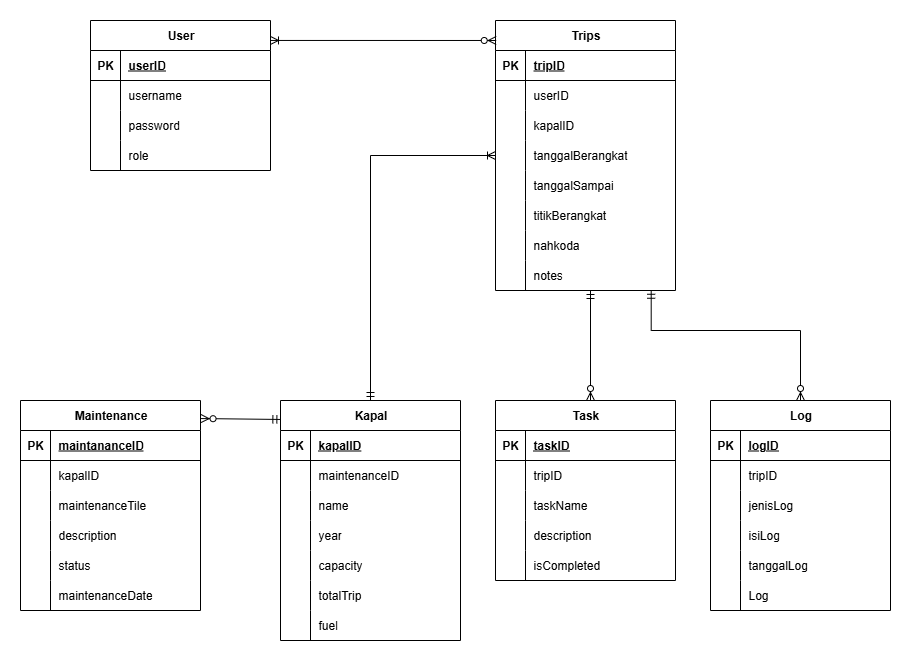
Before: images/ERD.png, a diagram exported from draw.io (wrdsnf/SeaNote). Source tidied: cells renumbered, new cells last; positions are measured from the earlier drawing's top-left corner, leaving out a move shared by most shapes.
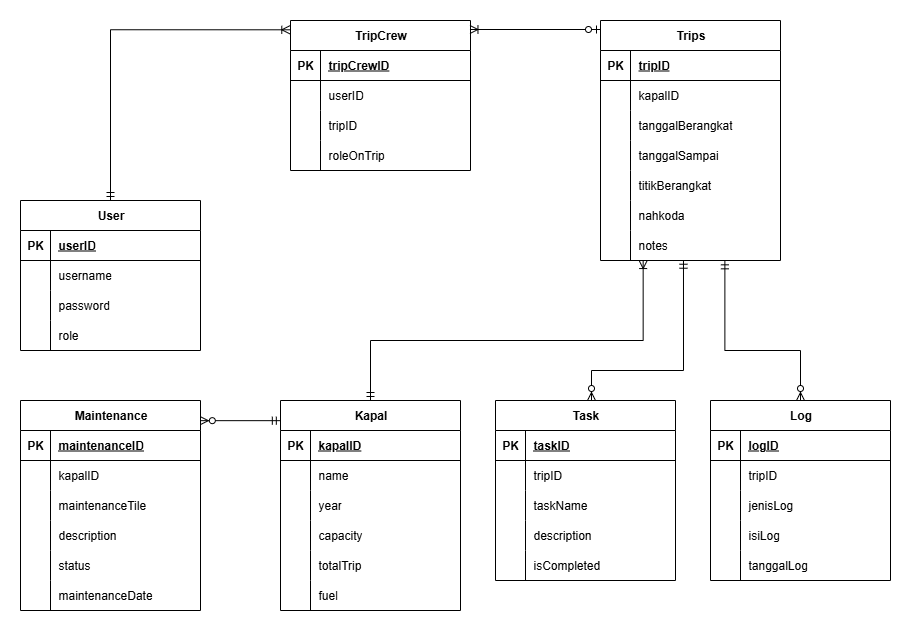
After the change.

What changed in the source:
```diff
@@ -3,7 +3,7 @@
     <mxCell id="0" />
     <mxCell id="1" parent="0" />
     <mxCell id="2" value="User" style="shape=table;startSize=30;rowLines=0;fontStyle=1;align=center;html=1;" parent="1" vertex="1">
-      <mxGeometry x="70" width="180" height="150" as="geometry" />
+      <mxGeometry y="180" width="180" height="150" as="geometry" />
     </mxCell>
     <mxCell id="3" style="shape=tableRow;horizontal=0;startSize=0;swimlaneHead=0;swimlaneBody=0;fillColor=none;top=0;left=0;right=0;bottom=1;" parent="2" vertex="1">
       <mxGeometry y="30" width="180" height="30" as="geometry" />
@@ -42,7 +42,7 @@
       <mxGeometry x="30" width="150" height="30" as="geometry" />
     </mxCell>
     <mxCell id="15" value="Trips" style="shape=table;startSize=30;rowLines=0;fontStyle=1;align=center;html=1;" parent="1" vertex="1">
-      <mxGeometry x="475" width="180" height="270" as="geometry" />
+      <mxGeometry x="580" width="180" height="240" as="geometry" />
     </mxCell>
     <mxCell id="16" style="shape=tableRow;horizontal=0;startSize=0;swimlaneHead=0;swimlaneBody=0;fillColor=none;top=0;left=0;right=0;bottom=1;" parent="15" vertex="1">
       <mxGeometry y="30" width="180" height="30" as="geometry" />
@@ -53,17 +53,8 @@
     <mxCell id="18" value="tripID" style="shape=partialRectangle;fillColor=none;top=0;left=0;bottom=0;right=0;align=left;spacingLeft=6;fontStyle=5;overflow=hidden;whiteSpace=wrap;html=1;" parent="16" vertex="1">
       <mxGeometry x="30" width="150" height="30" as="geometry" />
     </mxCell>
-    <mxCell id="19" style="shape=tableRow;horizontal=0;startSize=0;swimlaneHead=0;swimlaneBody=0;fillColor=none;top=0;left=0;right=0;bottom=0;" parent="15" vertex="1">
-      <mxGeometry y="60" width="180" height="30" as="geometry" />
-    </mxCell>
-    <mxCell id="20" style="shape=partialRectangle;fillColor=none;top=0;left=0;bottom=0;right=0;overflow=hidden;whiteSpace=wrap;html=1;" parent="19" vertex="1">
-      <mxGeometry width="30" height="30" as="geometry" />
-    </mxCell>
-    <mxCell id="21" value="userID" style="shape=partialRectangle;fillColor=none;top=0;left=0;bottom=0;right=0;align=left;spacingLeft=6;overflow=hidden;whiteSpace=wrap;html=1;" parent="19" vertex="1">
-      <mxGeometry x="30" width="150" height="30" as="geometry" />
-    </mxCell>
     <mxCell id="22" style="shape=tableRow;horizontal=0;startSize=0;swimlaneHead=0;swimlaneBody=0;fillColor=none;top=0;left=0;right=0;bottom=0;" parent="15" vertex="1">
-      <mxGeometry y="90" width="180" height="30" as="geometry" />
+      <mxGeometry y="60" width="180" height="30" as="geometry" />
     </mxCell>
     <mxCell id="23" value="&lt;div&gt;&lt;br/&gt;&lt;/div&gt;" style="shape=partialRectangle;fillColor=none;top=0;left=0;bottom=0;right=0;overflow=hidden;whiteSpace=wrap;html=1;" parent="22" vertex="1">
       <mxGeometry width="30" height="30" as="geometry" />
@@ -72,7 +63,7 @@
       <mxGeometry x="30" width="150" height="30" as="geometry" />
     </mxCell>
     <mxCell id="25" style="shape=tableRow;horizontal=0;startSize=0;swimlaneHead=0;swimlaneBody=0;fillColor=none;points=[[0,0.5],[1,0.5]];portConstraint=eastwest;top=0;left=0;right=0;bottom=0;" parent="15" vertex="1">
-      <mxGeometry y="120" width="180" height="30" as="geometry" />
+      <mxGeometry y="90" width="180" height="30" as="geometry" />
     </mxCell>
     <mxCell id="26" style="shape=partialRectangle;fillColor=none;top=0;left=0;bottom=0;right=0;overflow=hidden;whiteSpace=wrap;html=1;" parent="25" vertex="1">
       <mxGeometry width="30" height="30" as="geometry" />
@@ -81,7 +72,7 @@
       <mxGeometry x="30" width="150" height="30" as="geometry" />
     </mxCell>
     <mxCell id="28" style="shape=tableRow;horizontal=0;startSize=0;swimlaneHead=0;swimlaneBody=0;fillColor=none;top=0;left=0;right=0;bottom=0;" parent="15" vertex="1">
-      <mxGeometry y="150" width="180" height="30" as="geometry" />
+      <mxGeometry y="120" width="180" height="30" as="geometry" />
     </mxCell>
     <mxCell id="29" style="shape=partialRectangle;fillColor=none;top=0;left=0;bottom=0;right=0;overflow=hidden;whiteSpace=wrap;html=1;" parent="28" vertex="1">
       <mxGeometry width="30" height="30" as="geometry" />
@@ -90,7 +81,7 @@
       <mxGeometry x="30" width="150" height="30" as="geometry" />
     </mxCell>
     <mxCell id="31" style="shape=tableRow;horizontal=0;startSize=0;swimlaneHead=0;swimlaneBody=0;fillColor=none;top=0;left=0;right=0;bottom=0;" parent="15" vertex="1">
-      <mxGeometry y="180" width="180" height="30" as="geometry" />
+      <mxGeometry y="150" width="180" height="30" as="geometry" />
     </mxCell>
     <mxCell id="32" style="shape=partialRectangle;fillColor=none;top=0;left=0;bottom=0;right=0;overflow=hidden;whiteSpace=wrap;html=1;" parent="31" vertex="1">
       <mxGeometry width="30" height="30" as="geometry" />
@@ -99,7 +90,7 @@
       <mxGeometry x="30" width="150" height="30" as="geometry" />
     </mxCell>
     <mxCell id="34" style="shape=tableRow;horizontal=0;startSize=0;swimlaneHead=0;swimlaneBody=0;fillColor=none;top=0;left=0;right=0;bottom=0;" parent="15" vertex="1">
-      <mxGeometry y="210" width="180" height="30" as="geometry" />
+      <mxGeometry y="180" width="180" height="30" as="geometry" />
     </mxCell>
     <mxCell id="35" style="shape=partialRectangle;fillColor=none;top=0;left=0;bottom=0;right=0;overflow=hidden;whiteSpace=wrap;html=1;" parent="34" vertex="1">
       <mxGeometry width="30" height="30" as="geometry" />
@@ -108,7 +99,7 @@
       <mxGeometry x="30" width="150" height="30" as="geometry" />
     </mxCell>
     <mxCell id="37" style="shape=tableRow;horizontal=0;startSize=0;swimlaneHead=0;swimlaneBody=0;fillColor=none;points=[[0,0.5],[1,0.5]];portConstraint=eastwest;top=0;left=0;right=0;bottom=0;" parent="15" vertex="1">
-      <mxGeometry y="240" width="180" height="30" as="geometry" />
+      <mxGeometry y="210" width="180" height="30" as="geometry" />
     </mxCell>
     <mxCell id="38" style="shape=partialRectangle;fillColor=none;top=0;left=0;bottom=0;right=0;overflow=hidden;whiteSpace=wrap;html=1;" parent="37" vertex="1">
       <mxGeometry width="30" height="30" as="geometry" />
@@ -116,11 +107,8 @@
     <mxCell id="39" value="notes" style="shape=partialRectangle;fillColor=none;top=0;left=0;bottom=0;right=0;align=left;spacingLeft=6;overflow=hidden;whiteSpace=wrap;html=1;" parent="37" vertex="1">
       <mxGeometry x="30" width="150" height="30" as="geometry" />
     </mxCell>
-    <mxCell id="40" style="edgeStyle=orthogonalEdgeStyle;fontSize=12;html=1;endArrow=ERoneToMany;startArrow=ERzeroToMany;rounded=0;entryX=1;entryY=0.133;entryDx=0;entryDy=0;entryPerimeter=0;exitX=0.004;exitY=0.074;exitDx=0;exitDy=0;exitPerimeter=0;" parent="1" edge="1" source="15" target="2">
-      <mxGeometry relative="1" as="geometry" />
-    </mxCell>
     <mxCell id="41" value="Kapal" style="shape=table;startSize=30;rowLines=0;fontStyle=1;align=center;html=1;" parent="1" vertex="1">
-      <mxGeometry x="260" y="380" width="180" height="240" as="geometry" />
+      <mxGeometry x="260" y="380" width="180" height="210" as="geometry" />
     </mxCell>
     <mxCell id="42" style="shape=tableRow;horizontal=0;startSize=0;swimlaneHead=0;swimlaneBody=0;fillColor=none;top=0;left=0;right=0;bottom=1;" parent="41" vertex="1">
       <mxGeometry y="30" width="180" height="30" as="geometry" />
@@ -131,17 +119,8 @@
     <mxCell id="44" value="kapalID" style="shape=partialRectangle;fillColor=none;top=0;left=0;bottom=0;right=0;align=left;spacingLeft=6;fontStyle=5;overflow=hidden;whiteSpace=wrap;html=1;" parent="42" vertex="1">
       <mxGeometry x="30" width="150" height="30" as="geometry" />
     </mxCell>
-    <mxCell id="45" style="shape=tableRow;horizontal=0;startSize=0;swimlaneHead=0;swimlaneBody=0;fillColor=none;top=0;left=0;right=0;bottom=0;" parent="41" vertex="1">
-      <mxGeometry y="60" width="180" height="30" as="geometry" />
-    </mxCell>
-    <mxCell id="46" style="shape=partialRectangle;fillColor=none;top=0;left=0;bottom=0;right=0;overflow=hidden;whiteSpace=wrap;html=1;" parent="45" vertex="1">
-      <mxGeometry width="30" height="30" as="geometry" />
-    </mxCell>
-    <mxCell id="47" value="maintenanceID" style="shape=partialRectangle;fillColor=none;top=0;left=0;bottom=0;right=0;align=left;spacingLeft=6;overflow=hidden;whiteSpace=wrap;html=1;" parent="45" vertex="1">
-      <mxGeometry x="30" width="150" height="30" as="geometry" />
-    </mxCell>
     <mxCell id="48" style="shape=tableRow;horizontal=0;startSize=0;swimlaneHead=0;swimlaneBody=0;fillColor=none;top=0;left=0;right=0;bottom=0;" parent="41" vertex="1">
-      <mxGeometry y="90" width="180" height="30" as="geometry" />
+      <mxGeometry y="60" width="180" height="30" as="geometry" />
     </mxCell>
     <mxCell id="49" style="shape=partialRectangle;fillColor=none;top=0;left=0;bottom=0;right=0;overflow=hidden;whiteSpace=wrap;html=1;" parent="48" vertex="1">
       <mxGeometry width="30" height="30" as="geometry" />
@@ -150,7 +129,7 @@
       <mxGeometry x="30" width="150" height="30" as="geometry" />
     </mxCell>
     <mxCell id="51" style="shape=tableRow;horizontal=0;startSize=0;swimlaneHead=0;swimlaneBody=0;fillColor=none;top=0;left=0;right=0;bottom=0;" parent="41" vertex="1">
-      <mxGeometry y="120" width="180" height="30" as="geometry" />
+      <mxGeometry y="90" width="180" height="30" as="geometry" />
     </mxCell>
     <mxCell id="52" style="shape=partialRectangle;fillColor=none;top=0;left=0;bottom=0;right=0;overflow=hidden;whiteSpace=wrap;html=1;" parent="51" vertex="1">
       <mxGeometry width="30" height="30" as="geometry" />
@@ -159,7 +138,7 @@
       <mxGeometry x="30" width="150" height="30" as="geometry" />
     </mxCell>
     <mxCell id="54" style="shape=tableRow;horizontal=0;startSize=0;swimlaneHead=0;swimlaneBody=0;fillColor=none;top=0;left=0;right=0;bottom=0;" parent="41" vertex="1">
-      <mxGeometry y="150" width="180" height="30" as="geometry" />
+      <mxGeometry y="120" width="180" height="30" as="geometry" />
     </mxCell>
     <mxCell id="55" style="shape=partialRectangle;fillColor=none;top=0;left=0;bottom=0;right=0;overflow=hidden;whiteSpace=wrap;html=1;" parent="54" vertex="1">
       <mxGeometry width="30" height="30" as="geometry" />
@@ -168,7 +147,7 @@
       <mxGeometry x="30" width="150" height="30" as="geometry" />
     </mxCell>
     <mxCell id="57" style="shape=tableRow;horizontal=0;startSize=0;swimlaneHead=0;swimlaneBody=0;fillColor=none;top=0;left=0;right=0;bottom=0;" parent="41" vertex="1">
-      <mxGeometry y="180" width="180" height="30" as="geometry" />
+      <mxGeometry y="150" width="180" height="30" as="geometry" />
     </mxCell>
     <mxCell id="58" style="shape=partialRectangle;fillColor=none;top=0;left=0;bottom=0;right=0;overflow=hidden;whiteSpace=wrap;html=1;" parent="57" vertex="1">
       <mxGeometry width="30" height="30" as="geometry" />
@@ -177,7 +156,7 @@
       <mxGeometry x="30" width="150" height="30" as="geometry" />
     </mxCell>
     <mxCell id="60" style="shape=tableRow;horizontal=0;startSize=0;swimlaneHead=0;swimlaneBody=0;fillColor=none;top=0;left=0;right=0;bottom=0;" parent="41" vertex="1">
-      <mxGeometry y="210" width="180" height="30" as="geometry" />
+      <mxGeometry y="180" width="180" height="30" as="geometry" />
     </mxCell>
     <mxCell id="61" style="shape=partialRectangle;fillColor=none;top=0;left=0;bottom=0;right=0;overflow=hidden;whiteSpace=wrap;html=1;" parent="60" vertex="1">
       <mxGeometry width="30" height="30" as="geometry" />
@@ -233,32 +212,33 @@
     <mxCell id="78" value="isCompleted" style="shape=partialRectangle;fillColor=none;top=0;left=0;bottom=0;right=0;align=left;spacingLeft=6;overflow=hidden;whiteSpace=wrap;html=1;" parent="76" vertex="1">
       <mxGeometry x="30" width="150" height="30" as="geometry" />
     </mxCell>
-    <mxCell id="79" style="fontSize=12;html=1;endArrow=ERoneToMany;rounded=0;exitX=0.5;exitY=0;exitDx=0;exitDy=0;entryX=0;entryY=0.5;entryDx=0;entryDy=0;edgeStyle=elbowEdgeStyle;elbow=vertical;startArrow=ERmandOne;startFill=0;" parent="1" edge="1" source="41" target="25">
+    <mxCell id="79" style="fontSize=12;html=1;endArrow=ERoneToMany;rounded=0;exitX=0.5;exitY=0;exitDx=0;exitDy=0;edgeStyle=elbowEdgeStyle;elbow=vertical;startArrow=ERmandOne;startFill=0;entryX=0.237;entryY=1.002;entryDx=0;entryDy=0;entryPerimeter=0;" parent="1" edge="1" source="41" target="37">
       <mxGeometry relative="1" as="geometry">
         <Array as="points">
-          <mxPoint x="410" y="135" />
+          <mxPoint x="490" y="320" />
         </Array>
       </mxGeometry>
     </mxCell>
-    <mxCell id="80" style="edgeStyle=orthogonalEdgeStyle;fontSize=12;html=1;endArrow=ERzeroToMany;startArrow=ERmandOne;rounded=0;exitX=0.865;exitY=0.992;exitDx=0;exitDy=0;exitPerimeter=0;entryX=0.5;entryY=0;entryDx=0;entryDy=0;" parent="1" edge="1" source="37" target="82">
+    <mxCell id="80" style="edgeStyle=orthogonalEdgeStyle;fontSize=12;html=1;endArrow=ERzeroToMany;startArrow=ERmandOne;rounded=0;exitX=0.691;exitY=1.011;exitDx=0;exitDy=0;exitPerimeter=0;entryX=0.5;entryY=0;entryDx=0;entryDy=0;" parent="1" edge="1" source="37" target="82">
       <mxGeometry relative="1" as="geometry">
         <Array as="points">
-          <mxPoint x="631" y="310" />
-          <mxPoint x="780" y="310" />
+          <mxPoint x="704" y="330" />
+          <mxPoint x="780" y="330" />
         </Array>
       </mxGeometry>
     </mxCell>
-    <mxCell id="81" style="edgeStyle=orthogonalEdgeStyle;fontSize=12;html=1;endArrow=ERzeroToMany;startArrow=ERmandOne;rounded=0;exitX=0.865;exitY=0.992;exitDx=0;exitDy=0;exitPerimeter=0;" parent="1" edge="1">
+    <mxCell id="81" style="edgeStyle=orthogonalEdgeStyle;fontSize=12;html=1;endArrow=ERzeroToMany;startArrow=ERmandOne;rounded=0;exitX=0.461;exitY=0.991;exitDx=0;exitDy=0;exitPerimeter=0;" parent="1" edge="1" source="37">
       <mxGeometry relative="1" as="geometry">
-        <mxPoint x="570" y="270" as="sourcePoint" />
         <mxPoint x="570" y="380" as="targetPoint" />
         <Array as="points">
-          <mxPoint x="570" y="380" />
+          <mxPoint x="663" y="350" />
+          <mxPoint x="571" y="350" />
+          <mxPoint x="571" y="380" />
         </Array>
       </mxGeometry>
     </mxCell>
     <mxCell id="82" value="Log" style="shape=table;startSize=30;rowLines=0;fontStyle=1;align=center;html=1;" parent="1" vertex="1">
-      <mxGeometry x="690" y="380" width="180" height="210" as="geometry" />
+      <mxGeometry x="690" y="380" width="180" height="180" as="geometry" />
     </mxCell>
     <mxCell id="83" style="shape=tableRow;horizontal=0;startSize=0;swimlaneHead=0;swimlaneBody=0;fillColor=none;top=0;left=0;right=0;bottom=1;" parent="82" vertex="1">
       <mxGeometry y="30" width="180" height="30" as="geometry" />
@@ -305,15 +285,6 @@
     <mxCell id="97" value="tanggalLog" style="shape=partialRectangle;fillColor=none;top=0;left=0;bottom=0;right=0;align=left;spacingLeft=6;overflow=hidden;whiteSpace=wrap;html=1;" parent="95" vertex="1">
       <mxGeometry x="30" width="150" height="30" as="geometry" />
     </mxCell>
-    <mxCell id="98" style="shape=tableRow;horizontal=0;startSize=0;swimlaneHead=0;swimlaneBody=0;fillColor=none;top=0;left=0;right=0;bottom=0;" parent="82" vertex="1">
-      <mxGeometry y="180" width="180" height="30" as="geometry" />
-    </mxCell>
-    <mxCell id="99" style="shape=partialRectangle;fillColor=none;top=0;left=0;bottom=0;right=0;overflow=hidden;whiteSpace=wrap;html=1;" parent="98" vertex="1">
-      <mxGeometry width="30" height="30" as="geometry" />
-    </mxCell>
-    <mxCell id="100" value="Log" style="shape=partialRectangle;fillColor=none;top=0;left=0;bottom=0;right=0;align=left;spacingLeft=6;overflow=hidden;whiteSpace=wrap;html=1;" parent="98" vertex="1">
-      <mxGeometry x="30" width="150" height="30" as="geometry" />
-    </mxCell>
     <mxCell id="101" value="Maintenance" style="shape=table;startSize=30;rowLines=0;fontStyle=1;align=center;html=1;" parent="1" vertex="1">
       <mxGeometry y="380" width="180" height="210" as="geometry" />
     </mxCell>
@@ -323,7 +294,7 @@
     <mxCell id="103" value="PK" style="shape=partialRectangle;fillColor=none;top=0;left=0;bottom=0;right=0;fontStyle=1;overflow=hidden;whiteSpace=wrap;html=1;" parent="102" vertex="1">
       <mxGeometry width="30" height="30" as="geometry" />
     </mxCell>
-    <mxCell id="104" value="maintananceID" style="shape=partialRectangle;fillColor=none;top=0;left=0;bottom=0;right=0;align=left;spacingLeft=6;fontStyle=5;overflow=hidden;whiteSpace=wrap;html=1;" parent="102" vertex="1">
+    <mxCell id="104" value="maintenanceID" style="shape=partialRectangle;fillColor=none;top=0;left=0;bottom=0;right=0;align=left;spacingLeft=6;fontStyle=5;overflow=hidden;whiteSpace=wrap;html=1;" parent="102" vertex="1">
       <mxGeometry x="30" width="150" height="30" as="geometry" />
     </mxCell>
     <mxCell id="105" style="shape=tableRow;horizontal=0;startSize=0;swimlaneHead=0;swimlaneBody=0;fillColor=none;top=0;left=0;right=0;bottom=0;" parent="101" vertex="1">
@@ -371,8 +342,55 @@
     <mxCell id="119" value="maintenanceDate" style="shape=partialRectangle;fillColor=none;top=0;left=0;bottom=0;right=0;align=left;spacingLeft=6;overflow=hidden;whiteSpace=wrap;html=1;" parent="117" vertex="1">
       <mxGeometry x="30" width="150" height="30" as="geometry" />
     </mxCell>
-    <mxCell id="120" style="fontSize=12;html=1;endArrow=ERzeroToMany;startArrow=ERmandOne;rounded=0;entryX=1.003;entryY=0.086;entryDx=0;entryDy=0;entryPerimeter=0;exitX=0.002;exitY=0.079;exitDx=0;exitDy=0;exitPerimeter=0;" parent="1" edge="1" source="41" target="101">
+    <mxCell id="120" style="fontSize=12;html=1;endArrow=ERzeroToMany;startArrow=ERmandOne;rounded=0;entryX=0.999;entryY=0.096;entryDx=0;entryDy=0;entryPerimeter=0;exitX=-0.001;exitY=0.096;exitDx=0;exitDy=0;exitPerimeter=0;" parent="1" edge="1" source="41" target="101">
       <mxGeometry relative="1" as="geometry" />
     </mxCell>
+    <mxCell id="121" value="TripCrew" style="shape=table;startSize=30;rowLines=0;fontStyle=1;align=center;html=1;" parent="1" vertex="1">
+      <mxGeometry x="270" width="180" height="150" as="geometry" />
+    </mxCell>
+    <mxCell id="122" style="shape=tableRow;horizontal=0;startSize=0;swimlaneHead=0;swimlaneBody=0;fillColor=none;top=0;left=0;right=0;bottom=1;" parent="121" vertex="1">
+      <mxGeometry y="30" width="180" height="30" as="geometry" />
+    </mxCell>
+    <mxCell id="123" value="PK" style="shape=partialRectangle;fillColor=none;top=0;left=0;bottom=0;right=0;fontStyle=1;overflow=hidden;whiteSpace=wrap;html=1;" parent="122" vertex="1">
+      <mxGeometry width="30" height="30" as="geometry" />
+    </mxCell>
+    <mxCell id="124" value="tripCrewID" style="shape=partialRectangle;fillColor=none;top=0;left=0;bottom=0;right=0;align=left;spacingLeft=6;fontStyle=5;overflow=hidden;whiteSpace=wrap;html=1;" parent="122" vertex="1">
+      <mxGeometry x="30" width="150" height="30" as="geometry" />
+    </mxCell>
+    <mxCell id="125" style="shape=tableRow;horizontal=0;startSize=0;swimlaneHead=0;swimlaneBody=0;fillColor=none;top=0;left=0;right=0;bottom=0;" parent="121" vertex="1">
+      <mxGeometry y="60" width="180" height="30" as="geometry" />
+    </mxCell>
+    <mxCell id="126" style="shape=partialRectangle;fillColor=none;top=0;left=0;bottom=0;right=0;overflow=hidden;whiteSpace=wrap;html=1;" parent="125" vertex="1">
+      <mxGeometry width="30" height="30" as="geometry" />
+    </mxCell>
+    <mxCell id="21" value="userID" style="shape=partialRectangle;fillColor=none;top=0;left=0;bottom=0;right=0;align=left;spacingLeft=6;overflow=hidden;whiteSpace=wrap;html=1;" parent="125" vertex="1">
+      <mxGeometry x="30" width="150" height="30" as="geometry" />
+    </mxCell>
+    <mxCell id="127" style="shape=tableRow;horizontal=0;startSize=0;swimlaneHead=0;swimlaneBody=0;fillColor=none;top=0;left=0;right=0;bottom=0;" parent="121" vertex="1">
+      <mxGeometry y="90" width="180" height="30" as="geometry" />
+    </mxCell>
+    <mxCell id="128" style="shape=partialRectangle;fillColor=none;top=0;left=0;bottom=0;right=0;overflow=hidden;whiteSpace=wrap;html=1;" parent="127" vertex="1">
+      <mxGeometry width="30" height="30" as="geometry" />
+    </mxCell>
+    <mxCell id="129" value="tripID" style="shape=partialRectangle;fillColor=none;top=0;left=0;bottom=0;right=0;align=left;spacingLeft=6;overflow=hidden;whiteSpace=wrap;html=1;" parent="127" vertex="1">
+      <mxGeometry x="30" width="150" height="30" as="geometry" />
+    </mxCell>
+    <mxCell id="130" style="shape=tableRow;horizontal=0;startSize=0;swimlaneHead=0;swimlaneBody=0;fillColor=none;top=0;left=0;right=0;bottom=0;" parent="121" vertex="1">
+      <mxGeometry y="120" width="180" height="30" as="geometry" />
+    </mxCell>
+    <mxCell id="131" style="shape=partialRectangle;fillColor=none;top=0;left=0;bottom=0;right=0;overflow=hidden;whiteSpace=wrap;html=1;" parent="130" vertex="1">
+      <mxGeometry width="30" height="30" as="geometry" />
+    </mxCell>
+    <mxCell id="132" value="roleOnTrip" style="shape=partialRectangle;fillColor=none;top=0;left=0;bottom=0;right=0;align=left;spacingLeft=6;overflow=hidden;whiteSpace=wrap;html=1;" parent="130" vertex="1">
+      <mxGeometry x="30" width="150" height="30" as="geometry" />
+    </mxCell>
+    <mxCell id="133" style="rounded=0;jettySize=auto;html=1;exitX=0.997;exitY=0.06;exitDx=0;exitDy=0;exitPerimeter=0;endArrow=ERzeroToOne;endFill=0;startArrow=ERoneToMany;startFill=0;" parent="1" edge="1" source="121">
+      <mxGeometry relative="1" as="geometry">
+        <mxPoint x="580" y="9" as="targetPoint" />
+      </mxGeometry>
+    </mxCell>
+    <mxCell id="134" style="edgeStyle=orthogonalEdgeStyle;rounded=0;jettySize=auto;html=1;entryX=-0.004;entryY=0.062;entryDx=0;entryDy=0;entryPerimeter=0;exitX=0.5;exitY=0;exitDx=0;exitDy=0;endArrow=ERoneToMany;endFill=0;startArrow=ERmandOne;startFill=0;" parent="1" edge="1" source="2" target="121">
+      <mxGeometry relative="1" as="geometry" />
+    </mxCell>
   </root>
 </mxGraphModel>
```
